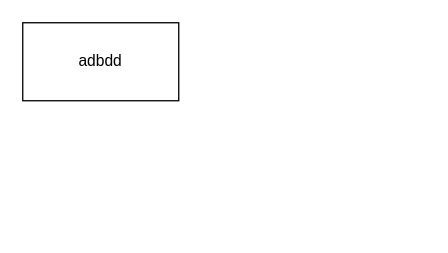
xixigaga/drawioFiles keeps this draw.io diagram as 医疗.drawio. Above is the earlier version. Source tidied: cells renumbered, new cells numbered last; positions are measured from the earlier drawing's top-left corner, leaving out a move shared by most shapes. Both pictures are drawn from the tidied source at 130%, with x=0, y=0 at pixel (22, 22).
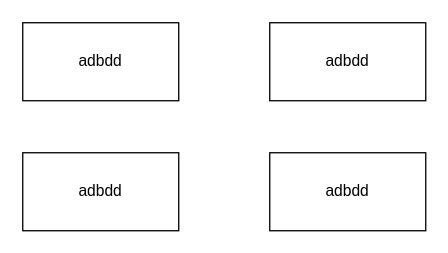
After the change.

Change to the diagram source:
```diff
@@
 <mxGraphModel>
   <root>
     <mxCell id="0" />
     <mxCell id="1" parent="0" />
     <mxCell id="2" value="adbdd" style="rounded=0;whiteSpace=wrap;html=1;" parent="1" vertex="1">
       <mxGeometry width="120" height="60" as="geometry" />
     </mxCell>
+    <mxCell id="3" value="adbdd" style="rounded=0;whiteSpace=wrap;html=1;" parent="1" vertex="1">
+      <mxGeometry x="190" width="120" height="60" as="geometry" />
+    </mxCell>
+    <mxCell id="4" value="adbdd" style="rounded=0;whiteSpace=wrap;html=1;" parent="1" vertex="1">
+      <mxGeometry y="100" width="120" height="60" as="geometry" />
+    </mxCell>
+    <mxCell id="5" value="adbdd" style="rounded=0;whiteSpace=wrap;html=1;" parent="1" vertex="1">
+      <mxGeometry x="190" y="100" width="120" height="60" as="geometry" />
+    </mxCell>
   </root>
 </mxGraphModel>
```
